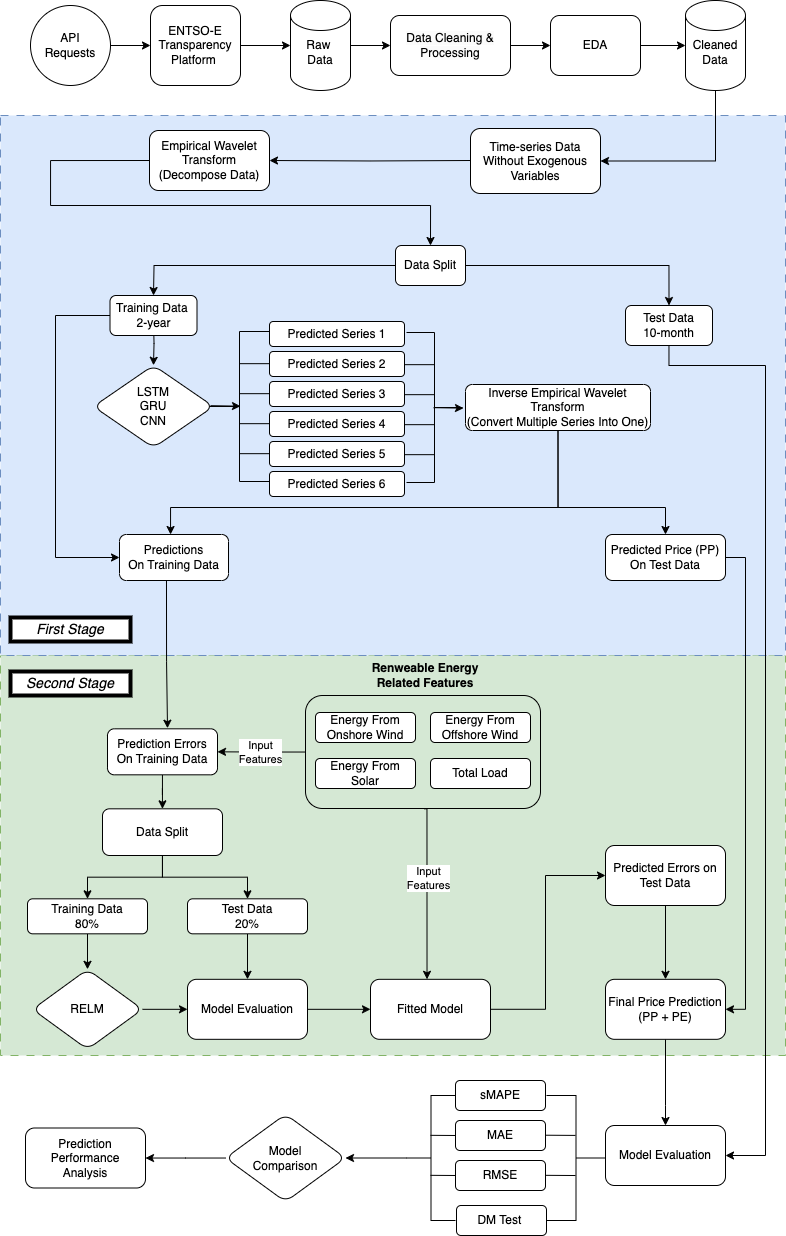
The draw.io diagram notebooks/eda_plot/flow.png in Celqaz/dutch_electricity_price_prediction, before a commit. Source tidied: cells renumbered, new cells last; positions are measured from the earlier drawing's top-left corner, leaving out a move shared by most shapes.
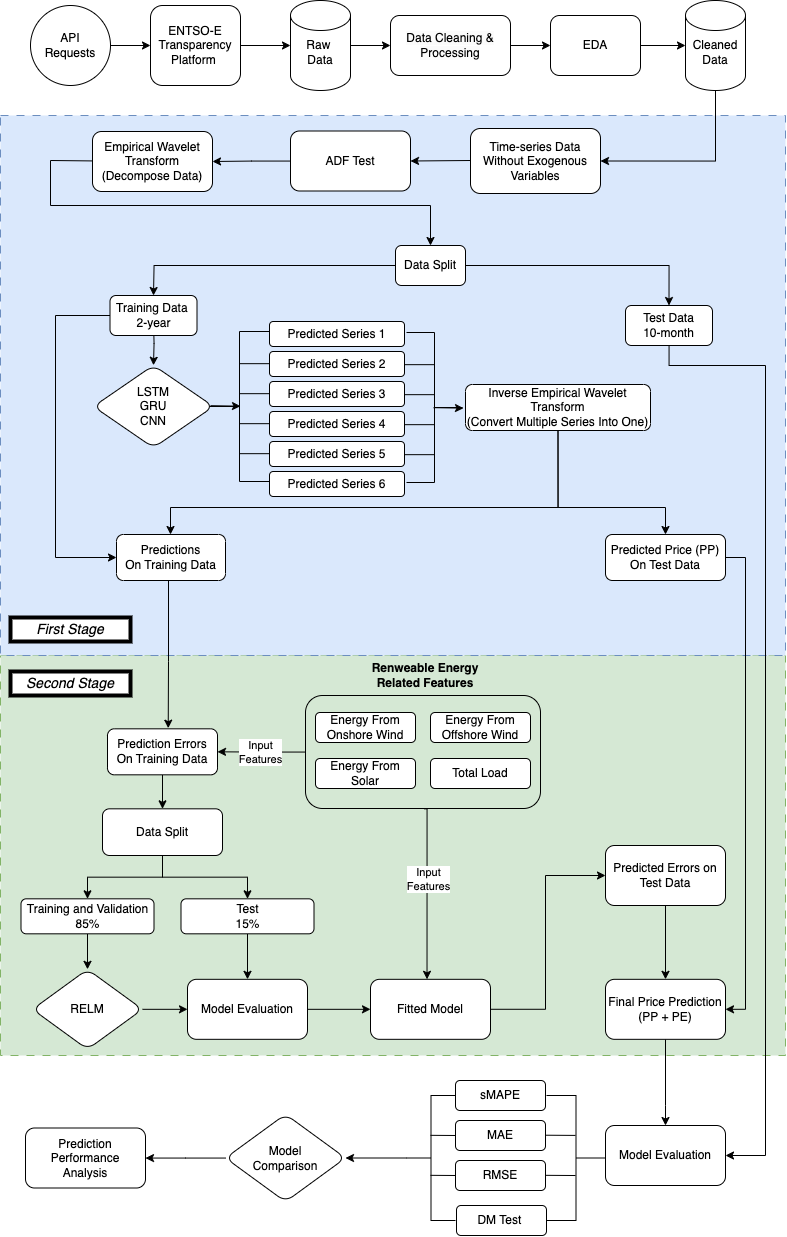
After the commit.

Change to the diagram source:
```diff
@@ -68,10 +68,8 @@
     <mxCell id="19" value="&lt;div&gt;&lt;br&gt;&lt;/div&gt;Cleaned Data" style="strokeWidth=1;html=1;shape=mxgraph.flowchart.database;whiteSpace=wrap;" parent="1" vertex="1">
       <mxGeometry x="685" width="60" height="90" as="geometry" />
     </mxCell>
-    <mxCell id="20" style="edgeStyle=orthogonalEdgeStyle;rounded=0;jettySize=auto;html=1;strokeWidth=1;entryX=1;entryY=0.5;entryDx=0;entryDy=0;" parent="1" edge="1" target="42">
-      <mxGeometry relative="1" as="geometry">
-        <mxPoint x="470" y="160" as="sourcePoint" />
-      </mxGeometry>
+    <mxCell id="20" style="edgeStyle=orthogonalEdgeStyle;rounded=0;jettySize=auto;html=1;strokeWidth=1;entryX=1;entryY=0.5;entryDx=0;entryDy=0;" parent="1" edge="1" source="101" target="42">
+      <mxGeometry relative="1" as="geometry" />
     </mxCell>
     <mxCell id="21" style="edgeStyle=orthogonalEdgeStyle;rounded=0;jettySize=auto;html=1;entryX=0.5;entryY=0;entryDx=0;entryDy=0;exitX=0;exitY=0.5;exitDx=0;exitDy=0;" parent="1" edge="1" source="42" target="44">
       <mxGeometry relative="1" as="geometry">
@@ -180,7 +178,7 @@
       </mxGeometry>
     </mxCell>
     <mxCell id="42" value="&lt;div&gt;Empirical Wavelet Transform&lt;/div&gt;&lt;div&gt;(Decompose Data)&lt;/div&gt;" style="rounded=1;whiteSpace=wrap;html=1;" parent="1" vertex="1">
-      <mxGeometry x="149" y="130" width="120" height="60" as="geometry" />
+      <mxGeometry x="92" y="131" width="120" height="60" as="geometry" />
     </mxCell>
     <mxCell id="43" value="Time-series Data Without Exogenous Variables" style="rounded=1;whiteSpace=wrap;html=1;" parent="1" vertex="1">
       <mxGeometry x="470" y="128" width="130" height="65" as="geometry" />
@@ -245,17 +243,17 @@
     <mxCell id="54" value="&lt;div&gt;&lt;span style=&quot;background-color: initial;&quot;&gt;Predicted&amp;nbsp;&lt;/span&gt;Price (PP)&lt;/div&gt;&lt;div&gt;On Test Data&lt;/div&gt;" style="rounded=1;whiteSpace=wrap;html=1;" parent="1" vertex="1">
       <mxGeometry x="605" y="534" width="120" height="46" as="geometry" />
     </mxCell>
-    <mxCell id="55" style="edgeStyle=orthogonalEdgeStyle;rounded=0;jettySize=auto;html=1;exitX=0.431;exitY=0.971;exitDx=0;exitDy=0;entryX=0.552;entryY=-0.014;entryDx=0;entryDy=0;exitPerimeter=0;entryPerimeter=0;" parent="1" edge="1" source="56" target="58">
+    <mxCell id="55" style="edgeStyle=orthogonalEdgeStyle;rounded=0;jettySize=auto;html=1;exitX=0.5;exitY=1;exitDx=0;exitDy=0;entryX=0.552;entryY=-0.014;entryDx=0;entryDy=0;entryPerimeter=0;" parent="1" edge="1" source="56" target="58">
       <mxGeometry relative="1" as="geometry">
         <Array as="points">
-          <mxPoint x="166" y="661" />
-          <mxPoint x="167" y="661" />
-          <mxPoint x="167" y="728" />
+          <mxPoint x="168" y="580" />
+          <mxPoint x="168" y="661" />
+          <mxPoint x="168" y="661" />
         </Array>
       </mxGeometry>
     </mxCell>
     <mxCell id="56" value="&lt;div&gt;Predictions&lt;/div&gt;&lt;div&gt;On Training Data&lt;/div&gt;" style="rounded=1;whiteSpace=wrap;html=1;" parent="1" vertex="1">
-      <mxGeometry x="119" y="534" width="109" height="46" as="geometry" />
+      <mxGeometry x="116" y="534" width="109" height="46" as="geometry" />
     </mxCell>
     <mxCell id="57" style="edgeStyle=orthogonalEdgeStyle;rounded=0;jettySize=auto;html=1;" parent="1" edge="1" source="58" target="61">
       <mxGeometry relative="1" as="geometry" />
@@ -275,14 +273,14 @@
     <mxCell id="62" style="edgeStyle=orthogonalEdgeStyle;rounded=0;jettySize=auto;html=1;" parent="1" edge="1" source="63" target="73">
       <mxGeometry relative="1" as="geometry" />
     </mxCell>
-    <mxCell id="63" value="Training Data&lt;div&gt;80%&lt;/div&gt;" style="whiteSpace=wrap;html=1;rounded=1;" parent="1" vertex="1">
-      <mxGeometry x="27" y="898.3" width="120" height="35" as="geometry" />
+    <mxCell id="63" value="Training and Validation&lt;div&gt;85%&lt;/div&gt;" style="whiteSpace=wrap;html=1;rounded=1;" parent="1" vertex="1">
+      <mxGeometry x="20.5" y="898.3" width="133" height="35" as="geometry" />
     </mxCell>
     <mxCell id="64" style="edgeStyle=orthogonalEdgeStyle;rounded=0;jettySize=auto;html=1;" parent="1" edge="1" source="65" target="75">
       <mxGeometry relative="1" as="geometry" />
     </mxCell>
-    <mxCell id="65" value="Test Data&lt;div&gt;20%&lt;/div&gt;" style="whiteSpace=wrap;html=1;rounded=1;" parent="1" vertex="1">
-      <mxGeometry x="187" y="898.3" width="120" height="35" as="geometry" />
+    <mxCell id="65" value="Test&lt;div&gt;15%&lt;/div&gt;" style="whiteSpace=wrap;html=1;rounded=1;" parent="1" vertex="1">
+      <mxGeometry x="180.5" y="898.3" width="133" height="35" as="geometry" />
     </mxCell>
     <mxCell id="66" value="&lt;div&gt;Energy From Onshore Wind&lt;/div&gt;" style="rounded=1;whiteSpace=wrap;html=1;" parent="1" vertex="1">
       <mxGeometry x="315" y="712" width="100" height="30" as="geometry" />
@@ -407,5 +405,13 @@
     <mxCell id="99" value="&lt;font style=&quot;font-size: 14px;&quot;&gt;Second Stage&lt;/font&gt;" style="rounded=0;whiteSpace=wrap;html=1;fontStyle=2;strokeWidth=4;" parent="1" vertex="1">
       <mxGeometry x="10" y="671" width="120" height="24" as="geometry" />
     </mxCell>
+    <mxCell id="100" style="edgeStyle=orthogonalEdgeStyle;rounded=0;jettySize=auto;html=1;strokeWidth=1;entryX=1;entryY=0.5;entryDx=0;entryDy=0;" parent="1" edge="1" target="101">
+      <mxGeometry relative="1" as="geometry">
+        <mxPoint x="470" y="160" as="sourcePoint" />
+      </mxGeometry>
+    </mxCell>
+    <mxCell id="101" value="&lt;div&gt;ADF Test&lt;/div&gt;" style="rounded=1;whiteSpace=wrap;html=1;" parent="1" vertex="1">
+      <mxGeometry x="290" y="130.5" width="120" height="60" as="geometry" />
+    </mxCell>
   </root>
 </mxGraphModel>
```
